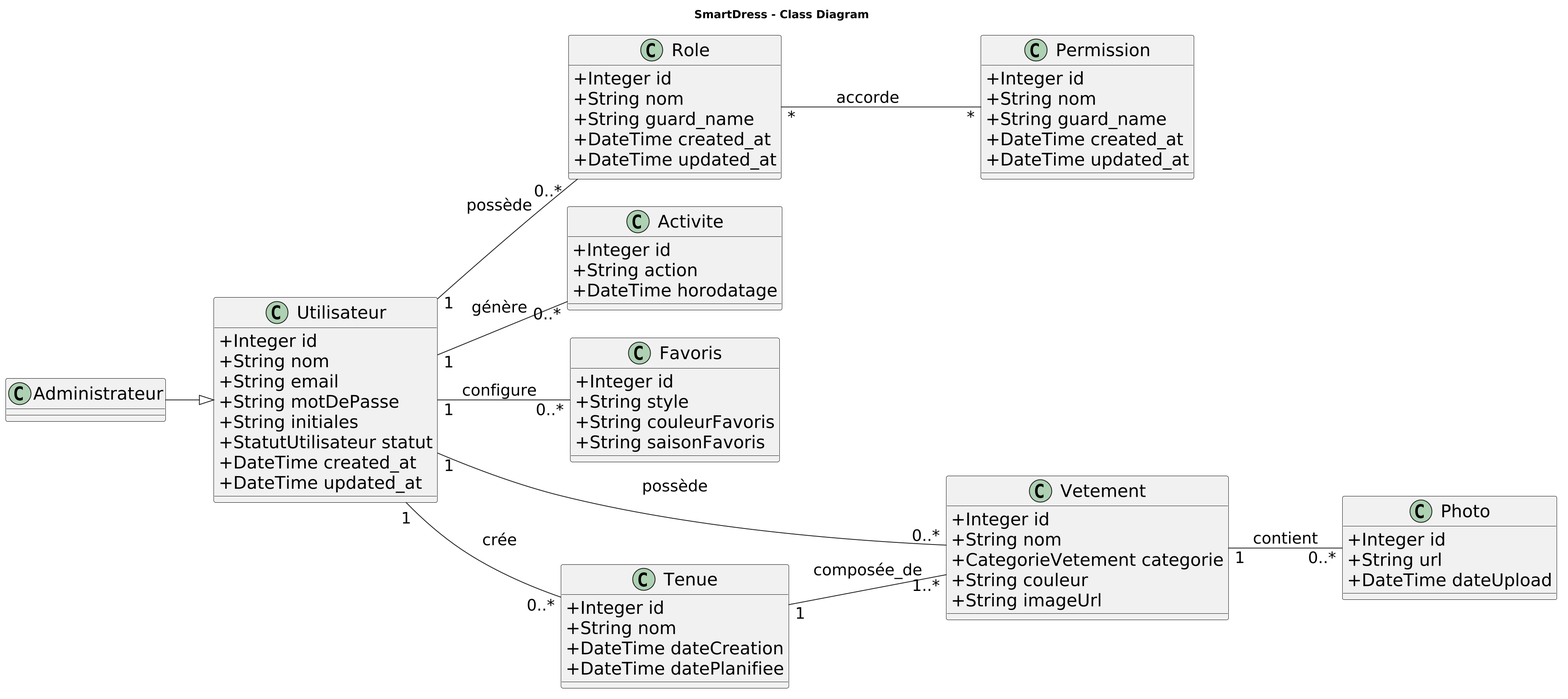
yasmineh-d/SmartDress keeps this PlantUML diagram as Conception/photos/diagramme_de_class.png. Above is the earlier version. The source it was exported from:
```plantuml
@startuml
title SmartDress - Class Diagram

skinparam dpi 180

skinparam defaultFontSize 24
skinparam classFontSize 24
skinparam classAttributeFontSize 22
skinparam classNameFontSize 26
skinparam classAttributeIconSize 0

skinparam ArrowFontSize 20

skinparam class {
    Padding 20
    Margin 15
}

left to right direction

skinparam classAttributeIconSize 0
left to right direction

class Utilisateur {
  +Integer id
  +String nom
  +String email
  +String motDePasse
  +String initiales
  +StatutUtilisateur statut
  +DateTime created_at
  +DateTime updated_at

}

class Administrateur {
}

Administrateur --|> Utilisateur

class Role {
  +Integer id
  +String nom
  +String guard_name
  +DateTime created_at
  +DateTime updated_at
}

class Permission {
  +Integer id
  +String nom
  +String guard_name
  +DateTime created_at
  +DateTime updated_at
}

Utilisateur "1" -- "0..*" Role : possède
Role "*" -- "*" Permission : accorde

class Activite {
  +Integer id
  +String action
  +DateTime horodatage
}

Utilisateur "1" -- "0..*" Activite : génère

class Favoris {
  +Integer id
  +String style
  +String couleurFavoris
  +String saisonFavoris
}

Utilisateur "1" -- "0..*" Favoris : configure

class Vetement {
  +Integer id
  +String nom
  +CategorieVetement categorie
  +String couleur
  +String imageUrl
}

Utilisateur "1" -- "0..*" Vetement : possède

class Photo {
  +Integer id
  +String url
  +DateTime dateUpload
}

Vetement "1" -- "0..*" Photo : contient

class Tenue {
  +Integer id
  +String nom
  +DateTime dateCreation
  +DateTime datePlanifiee
}

Utilisateur "1" -- "0..*" Tenue : crée
Tenue "1" -- "1..*" Vetement : composée_de
@enduml
```
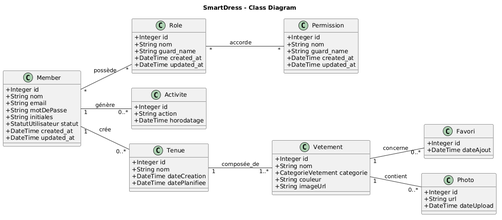
After the commit.

The edit, as a diff of the source:
```diff
@@ -1,104 +1,78 @@
 @startuml
 title SmartDress - Class Diagram
 
-skinparam dpi 180
-
-skinparam defaultFontSize 24
-skinparam classFontSize 24
-skinparam classAttributeFontSize 22
-skinparam classNameFontSize 26
+left to right direction
 skinparam classAttributeIconSize 0
 
-skinparam ArrowFontSize 20
-
-skinparam class {
-    Padding 20
-    Margin 15
+class Member {
+    +Integer id
+    +String nom
+    +String email
+    +String motDePasse
+    +String initiales
+    +StatutUtilisateur statut
+    +DateTime created_at
+    +DateTime updated_at
 }
 
-left to right direction
-
-skinparam classAttributeIconSize 0
-left to right direction
-
-class Utilisateur {
-  +Integer id
-  +String nom
-  +String email
-  +String motDePasse
-  +String initiales
-  +StatutUtilisateur statut
-  +DateTime created_at
-  +DateTime updated_at
-
-}
-
-class Administrateur {
-}
-
-Administrateur --|> Utilisateur
-
 class Role {
-  +Integer id
-  +String nom
-  +String guard_name
-  +DateTime created_at
-  +DateTime updated_at
+    +Integer id
+    +String nom
+    +String guard_name
+    +DateTime created_at
+    +DateTime updated_at
 }
 
 class Permission {
-  +Integer id
-  +String nom
-  +String guard_name
-  +DateTime created_at
-  +DateTime updated_at
+    +Integer id
+    +String nom
+    +String guard_name
+    +DateTime created_at
+    +DateTime updated_at
 }
 
-Utilisateur "1" -- "0..*" Role : possède
+class Activite {
+    +Integer id
+    +String action
+    +DateTime horodatage
+}
+
+class Favori {
+    +Integer id
+    +DateTime dateAjout
+}
+
+class Tenue {
+    +Integer id
+    +String nom
+    +DateTime dateCreation
+    +DateTime datePlanifiee
+}
+
+class Vetement {
+    +Integer id
+    +String nom
+    +CategorieVetement categorie
+    +String couleur
+    +String imageUrl
+}
+
+class Photo {
+    +Integer id
+    +String url
+    +DateTime dateUpload
+}
+
+Member "*" -- "*" Role : possède
+Member "1" -- "0..*" Activite : génère
+
+Member "1" -- "0..*" Tenue : crée
+
+
+Vetement "1" -- "0..*" Favori : concerne
+
 Role "*" -- "*" Permission : accorde
 
-class Activite {
-  +Integer id
-  +String action
-  +DateTime horodatage
-}
-
-Utilisateur "1" -- "0..*" Activite : génère
-
-class Favoris {
-  +Integer id
-  +String style
-  +String couleurFavoris
-  +String saisonFavoris
-}
-
-Utilisateur "1" -- "0..*" Favoris : configure
-
-class Vetement {
-  +Integer id
-  +String nom
-  +CategorieVetement categorie
-  +String couleur
-  +String imageUrl
-}
-
-Utilisateur "1" -- "0..*" Vetement : possède
-
-class Photo {
-  +Integer id
-  +String url
-  +DateTime dateUpload
-}
-
+Tenue "1" -- "1..*" Vetement : composée_de
 Vetement "1" -- "0..*" Photo : contient
-
-class Tenue {
-  +Integer id
-  +String nom
-  +DateTime dateCreation
-  +DateTime datePlanifiee
-}
-
-Utilisateur "1" -- "0..*" Tenue : crée
-Tenue "1" -- "1..*" Vetement : composée_de
 @enduml
```
